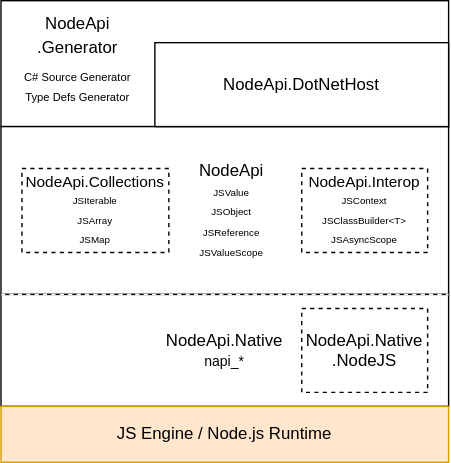
Earlier version of the draw.io export Docs/NodeApi-Layers.drawio.svg (microsoft/node-api-dotnet). Source tidied: cells renumbered, new cells last; positions are measured from the earlier drawing's top-left corner, leaving out a move shared by most shapes.
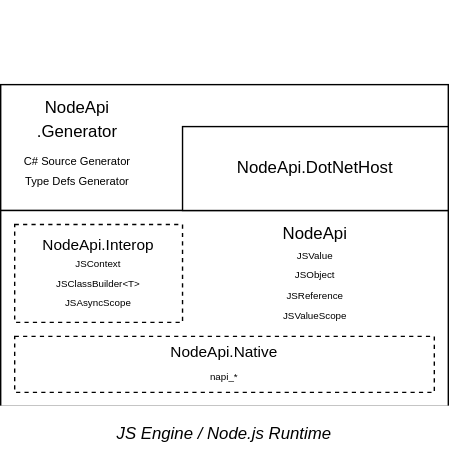
Above is the later version.

The edit, as a diff of the source:
```diff
@@ -2,41 +2,32 @@
   <root>
     <mxCell id="0" />
     <mxCell id="1" parent="0" />
-    <mxCell id="2" style="group;" parent="1" vertex="1">
+    <mxCell id="2" style="group;fontStyle=4;" parent="1" vertex="1">
       <mxGeometry width="320" height="330" as="geometry" />
     </mxCell>
     <mxCell id="3" style="rounded=0;whiteSpace=wrap;html=1;fontStyle=0;" parent="2" vertex="1">
-      <mxGeometry width="320" height="90" as="geometry" />
+      <mxGeometry y="60" width="320" height="90" as="geometry" />
     </mxCell>
     <mxCell id="4" style="rounded=0;whiteSpace=wrap;html=1;" parent="2" vertex="1">
-      <mxGeometry y="90" width="320" height="120" as="geometry" />
+      <mxGeometry y="150" width="320" height="140" as="geometry" />
     </mxCell>
-    <mxCell id="5" value="NodeApi.Native&lt;br&gt;&lt;font style=&quot;font-size: 10px;&quot;&gt;napi_*&lt;/font&gt;" style="rounded=0;whiteSpace=wrap;html=1;" parent="2" vertex="1">
-      <mxGeometry y="210" width="320" height="80" as="geometry" />
-    </mxCell>
-    <mxCell id="6" value="JS Engine / Node.js Runtime" style="rounded=0;whiteSpace=wrap;html=1;fillColor=#ffe6cc;strokeColor=#d79b00;" parent="2" vertex="1">
+    <mxCell id="6" value="&lt;i&gt;JS Engine / Node.js Runtime&lt;/i&gt;" style="rounded=0;whiteSpace=wrap;html=1;fillColor=default;strokeColor=#FFFFFF;" parent="2" vertex="1">
       <mxGeometry y="290" width="320" height="40" as="geometry" />
     </mxCell>
-    <mxCell id="7" value="NodeApi.Native&lt;br&gt;.NodeJS" style="rounded=0;whiteSpace=wrap;html=1;strokeColor=default;dashed=1;" parent="2" vertex="1">
-      <mxGeometry x="215" y="220" width="90" height="60" as="geometry" />
-    </mxCell>
     <mxCell id="8" value="NodeApi.DotNetHost" style="rounded=0;whiteSpace=wrap;html=1;fontStyle=0;" parent="2" vertex="1">
-      <mxGeometry x="110" y="30" width="210" height="60" as="geometry" />
+      <mxGeometry x="130" y="90" width="190" height="60" as="geometry" />
     </mxCell>
     <mxCell id="9" value="NodeApi&lt;br&gt;&lt;font style=&quot;font-size: 7px;&quot;&gt;JSValue&lt;br&gt;JSObject&lt;br&gt;JSReference&lt;br&gt;JSValueScope&lt;/font&gt;" style="rounded=0;whiteSpace=wrap;html=1;strokeColor=none;" parent="2" vertex="1">
-      <mxGeometry x="120" y="100" width="90" height="100" as="geometry" />
+      <mxGeometry x="140" y="160" width="170" height="70" as="geometry" />
     </mxCell>
-    <mxCell id="10" value="&lt;p style=&quot;line-height: 100%;&quot;&gt;&lt;font style=&quot;font-size: 11px;&quot;&gt;NodeApi.Collections&lt;/font&gt;&lt;br&gt;&lt;font style=&quot;font-size: 7px;&quot;&gt;JSIterable&lt;br&gt;JSArray&lt;br&gt;JSMap&lt;/font&gt;&lt;/p&gt;" style="rounded=0;whiteSpace=wrap;html=1;strokeColor=default;dashed=1;" parent="2" vertex="1">
-      <mxGeometry x="15" y="120" width="105" height="60" as="geometry" />
-    </mxCell>
     <mxCell id="11" value="&lt;p style=&quot;line-height: 100%;&quot;&gt;&lt;font style=&quot;font-size: 11px;&quot;&gt;NodeApi.Interop&lt;/font&gt;&lt;br&gt;&lt;font style=&quot;font-size: 7px;&quot;&gt;JSContext&lt;br&gt;JSClassBuilder&amp;lt;T&amp;gt;&lt;br&gt;JSAsyncScope&lt;/font&gt;&lt;/p&gt;" style="rounded=0;whiteSpace=wrap;html=1;strokeColor=default;dashed=1;" parent="2" vertex="1">
-      <mxGeometry x="215" y="120" width="90" height="60" as="geometry" />
+      <mxGeometry x="10" y="160" width="120" height="70" as="geometry" />
     </mxCell>
-    <mxCell id="12" style="endArrow=none;html=1;fontSize=10;exitX=0;exitY=0;exitDx=0;exitDy=0;entryX=1;entryY=0;entryDx=0;entryDy=0;dashed=1;strokeColor=#ffffff;" parent="2" edge="1" source="5" target="5">
-      <mxGeometry relative="1" as="geometry" />
-    </mxCell>
     <mxCell id="13" value="&lt;p style=&quot;line-height: 40%;&quot;&gt;NodeApi&lt;/p&gt;&lt;p style=&quot;line-height: 40%;&quot;&gt;.Generator&lt;/p&gt;&lt;p style=&quot;line-height: 100%;&quot;&gt;&lt;font style=&quot;font-size: 8px;&quot;&gt;C# Source Generator&lt;br&gt;Type Defs Generator&lt;/font&gt;&lt;/p&gt;" style="rounded=0;whiteSpace=wrap;html=1;strokeColor=none;dashed=1;" parent="2" vertex="1">
-      <mxGeometry x="15" y="15" width="80" height="60" as="geometry" />
+      <mxGeometry x="15" y="75" width="80" height="60" as="geometry" />
     </mxCell>
+    <mxCell id="5" value="&lt;p style=&quot;line-height: 38%;&quot;&gt;&lt;span style=&quot;font-size: 11px;&quot;&gt;NodeApi.Native&lt;/span&gt;&lt;/p&gt;&lt;p style=&quot;line-height: 38%;&quot;&gt;&lt;font style=&quot;font-size: 7px;&quot;&gt;napi_*&lt;/font&gt;&lt;/p&gt;" style="rounded=0;whiteSpace=wrap;html=1;strokeColor=default;dashed=1;" parent="2" vertex="1">
+      <mxGeometry x="10" y="240" width="300" height="40" as="geometry" />
+    </mxCell>
   </root>
 </mxGraphModel>
```
